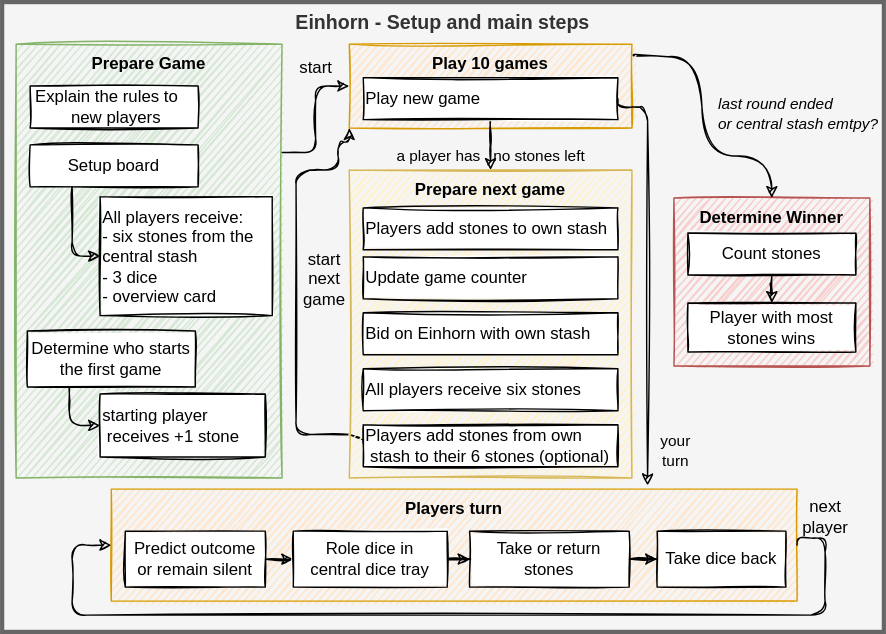
Earlier version of the draw.io export make/games/wuerfeln.drawio.svg (sonj4ev4/FullByte.github.io). Source tidied: cells renumbered, new cells last; positions are measured from the earlier drawing's top-left corner, leaving out a move shared by most shapes.
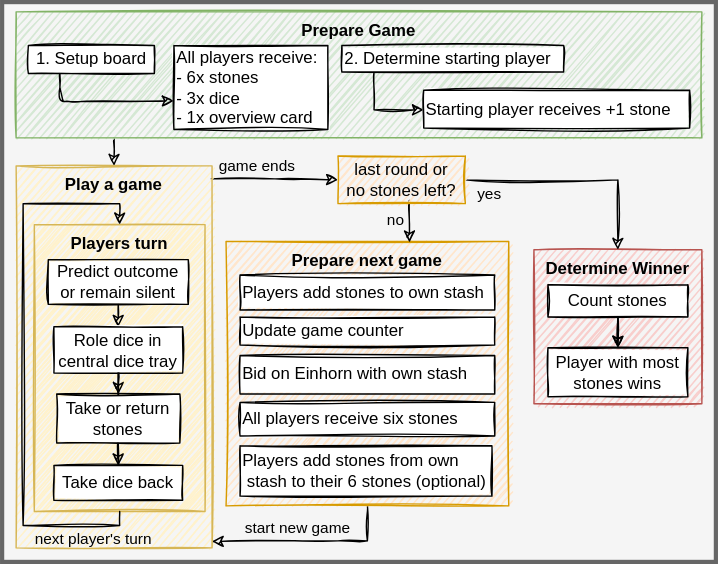
Later version of the same file.

Change to the diagram source:
```diff
@@ -2,152 +2,155 @@
   <root>
     <mxCell id="0" />
     <mxCell id="1" parent="0" />
-    <mxCell id="2" value="Einhorn - Setup and main steps" style="rounded=0;whiteSpace=wrap;html=1;sketch=0;fontSize=14;align=center;verticalAlign=top;strokeWidth=3;fontStyle=1;fontFamily=Helvetica;fillColor=#f5f5f5;strokeColor=#666666;fontColor=#333333;" parent="1" vertex="1">
-      <mxGeometry width="630" height="450" as="geometry" />
+    <mxCell id="2" style="rounded=0;whiteSpace=wrap;html=1;sketch=0;fontSize=14;align=center;verticalAlign=top;strokeWidth=3;fontStyle=1;fontFamily=Helvetica;fillColor=#f5f5f5;strokeColor=#666666;fontColor=#333333;" parent="1" vertex="1">
+      <mxGeometry x="30" y="30" width="510" height="400" as="geometry" />
     </mxCell>
+    <mxCell id="39" style="edgeStyle=orthogonalEdgeStyle;rounded=0;sketch=1;jettySize=auto;html=1;exitX=0.5;exitY=1;exitDx=0;exitDy=0;entryX=0.999;entryY=0.983;entryDx=0;entryDy=0;entryPerimeter=0;" parent="1" edge="1" source="32" target="6">
+      <mxGeometry relative="1" as="geometry">
+        <Array as="points">
+          <mxPoint x="291" y="415" />
+          <mxPoint x="270" y="415" />
+        </Array>
+      </mxGeometry>
+    </mxCell>
+    <mxCell id="40" value="start new game" style="edgeLabel;html=1;align=center;verticalAlign=middle;labelBackgroundColor=none;" parent="39" vertex="1">
+      <mxGeometry x="-0.02" y="2" relative="1" as="geometry">
+        <mxPoint x="-8" y="-11" as="offset" />
+      </mxGeometry>
+    </mxCell>
     <mxCell id="3" value="Determine Winner" style="whiteSpace=wrap;html=1;verticalAlign=top;fontStyle=1;fillColor=#f8cecc;strokeColor=#b85450;sketch=1;fontSize=12;" parent="1" vertex="1">
-      <mxGeometry x="480" y="140" width="140" height="120" as="geometry" />
+      <mxGeometry x="410" y="207" width="120" height="110" as="geometry" />
     </mxCell>
-    <mxCell id="4" style="edgeStyle=orthogonalEdgeStyle;jettySize=auto;html=1;entryX=0.5;entryY=0;entryDx=0;entryDy=0;sketch=1;curved=1;fontSize=12;exitX=1.005;exitY=0.126;exitDx=0;exitDy=0;exitPerimeter=0;" parent="1" edge="1" source="6" target="3">
-      <mxGeometry relative="1" as="geometry">
-        <Array as="points">
-          <mxPoint x="500" y="39" />
-          <mxPoint x="500" y="110" />
-          <mxPoint x="550" y="110" />
-        </Array>
-      </mxGeometry>
-    </mxCell>
-    <mxCell id="5" value="last round ended&lt;br&gt;or central stash emtpy?" style="edgeLabel;html=1;align=left;verticalAlign=middle;labelBackgroundColor=none;fontStyle=2;" parent="4" vertex="1">
-      <mxGeometry x="0.86" y="2" relative="1" as="geometry">
-        <mxPoint x="-42" y="-46" as="offset" />
-      </mxGeometry>
-    </mxCell>
+    <mxCell id="41" style="edgeStyle=orthogonalEdgeStyle;rounded=0;sketch=1;jettySize=auto;html=1;entryX=0;entryY=0.5;entryDx=0;entryDy=0;exitX=0.996;exitY=0.034;exitDx=0;exitDy=0;exitPerimeter=0;" parent="1" edge="1" source="6" target="50">
+      <mxGeometry relative="1" as="geometry" />
+    </mxCell>
+    <mxCell id="42" value="&lt;span&gt;game ends&lt;br&gt;&lt;/span&gt;" style="edgeLabel;html=1;align=center;verticalAlign=middle;labelBackgroundColor=none;" parent="41" vertex="1">
+      <mxGeometry x="0.54" y="-3" relative="1" as="geometry">
+        <mxPoint x="-37" y="-13" as="offset" />
+      </mxGeometry>
+    </mxCell>
-    <mxCell id="6" value="Play 10 games" style="whiteSpace=wrap;html=1;verticalAlign=top;fontStyle=1;fillColor=#ffe6cc;strokeColor=#d79b00;sketch=1;fontSize=12;" parent="1" vertex="1">
-      <mxGeometry x="248" y="30" width="202" height="60" as="geometry" />
+    <mxCell id="6" value="Play a game" style="whiteSpace=wrap;html=1;verticalAlign=top;fontStyle=1;strokeColor=#d6b656;sketch=1;fontSize=12;fillColor=#fff2cc;" parent="1" vertex="1">
+      <mxGeometry x="40" y="147" width="140" height="273" as="geometry" />
     </mxCell>
-    <mxCell id="7" value="start" style="edgeStyle=orthogonalEdgeStyle;rounded=1;sketch=1;jettySize=auto;html=1;entryX=0;entryY=0.5;entryDx=0;entryDy=0;exitX=1;exitY=0.25;exitDx=0;exitDy=0;fontSize=12;labelBackgroundColor=none;" parent="1" edge="1" source="8" target="6">
-      <mxGeometry x="0.47" y="15" relative="1" as="geometry">
-        <mxPoint x="15" y="-15" as="offset" />
-      </mxGeometry>
-    </mxCell>
+    <mxCell id="43" style="edgeStyle=orthogonalEdgeStyle;rounded=0;sketch=1;orthogonalLoop=1;jettySize=auto;html=1;" parent="1" edge="1">
+      <mxGeometry relative="1" as="geometry">
+        <mxPoint x="110" y="127" as="sourcePoint" />
+        <mxPoint x="110" y="147" as="targetPoint" />
+      </mxGeometry>
+    </mxCell>
     <mxCell id="8" value="Prepare Game" style="whiteSpace=wrap;html=1;verticalAlign=top;fontStyle=1;fillColor=#d5e8d4;strokeColor=#82b366;sketch=1;fontSize=12;" parent="1" vertex="1">
-      <mxGeometry x="10" y="30" width="190" height="310" as="geometry" />
+      <mxGeometry x="40" y="37" width="490" height="90" as="geometry" />
     </mxCell>
-    <mxCell id="9" style="edgeStyle=orthogonalEdgeStyle;rounded=1;jettySize=auto;html=1;exitX=1;exitY=0.5;exitDx=0;exitDy=0;sketch=1;entryX=0.782;entryY=-0.033;entryDx=0;entryDy=0;entryPerimeter=0;fontSize=12;labelBackgroundColor=none;" parent="1" edge="1" source="12" target="22">
-      <mxGeometry relative="1" as="geometry">
-        <Array as="points">
-          <mxPoint x="461" y="75" />
-        </Array>
-      </mxGeometry>
-    </mxCell>
-    <mxCell id="10" value="your &lt;br&gt;turn" style="edgeLabel;html=1;align=center;verticalAlign=middle;labelBackgroundColor=none;" parent="9" vertex="1">
-      <mxGeometry x="0.5" y="5" relative="1" as="geometry">
-        <mxPoint x="14" y="51" as="offset" />
-      </mxGeometry>
-    </mxCell>
-    <mxCell id="11" value="a player has&amp;nbsp; &amp;nbsp;no stones left" style="edgeStyle=orthogonalEdgeStyle;rounded=0;jettySize=auto;html=1;sketch=1;labelBackgroundColor=none;entryX=0.5;entryY=0;entryDx=0;entryDy=0;" parent="1" edge="1" source="12" target="32">
-      <mxGeometry x="0.55" relative="1" as="geometry" />
-    </mxCell>
-    <mxCell id="12" value="&amp;nbsp;Play new game" style="whiteSpace=wrap;html=1;align=left;sketch=1;fontSize=12;" parent="1" vertex="1">
-      <mxGeometry x="258" y="54" width="182" height="30" as="geometry" />
-    </mxCell>
     <mxCell id="13" value="Player with most stones wins" style="whiteSpace=wrap;html=1;sketch=1;fontSize=12;" parent="1" vertex="1">
-      <mxGeometry x="490" y="215" width="120" height="35" as="geometry" />
+      <mxGeometry x="420" y="277" width="100" height="35" as="geometry" />
     </mxCell>
-    <mxCell id="14" style="edgeStyle=orthogonalEdgeStyle;rounded=1;jettySize=auto;html=1;entryX=0;entryY=0.5;entryDx=0;entryDy=0;exitX=0.25;exitY=1;exitDx=0;exitDy=0;fontSize=12;sketch=1;" parent="1" edge="1" source="15" target="16">
+    <mxCell id="14" style="edgeStyle=orthogonalEdgeStyle;rounded=0;sketch=1;jettySize=auto;html=1;entryX=0;entryY=0.5;entryDx=0;entryDy=0;exitX=0.145;exitY=1.011;exitDx=0;exitDy=0;exitPerimeter=0;" parent="1" edge="1" source="15" target="16">
       <mxGeometry relative="1" as="geometry">
         <Array as="points">
-          <mxPoint x="48" y="303" />
+          <mxPoint x="296" y="107" />
+          <mxPoint x="331" y="107" />
         </Array>
       </mxGeometry>
     </mxCell>
-    <mxCell id="15" value="Determine who starts the first game" style="whiteSpace=wrap;html=1;sketch=1;fontSize=12;align=center;" parent="1" vertex="1">
-      <mxGeometry x="18" y="235" width="120" height="40" as="geometry" />
+    <mxCell id="15" value="&amp;nbsp;2. Determine starting player" style="whiteSpace=wrap;html=1;sketch=1;fontSize=12;align=left;" parent="1" vertex="1">
+      <mxGeometry x="272.8" y="61" width="158.5" height="19" as="geometry" />
     </mxCell>
-    <mxCell id="16" value="&amp;nbsp;starting player&amp;nbsp; &amp;nbsp;receives&amp;nbsp;+1&amp;nbsp;stone" style="whiteSpace=wrap;html=1;align=left;sketch=1;fontSize=12;" parent="1" vertex="1">
-      <mxGeometry x="70" y="280" width="118" height="45" as="geometry" />
+    <mxCell id="16" value="&amp;nbsp;Starting player receives&amp;nbsp;+1&amp;nbsp;stone" style="whiteSpace=wrap;html=1;align=left;sketch=1;fontSize=12;" parent="1" vertex="1">
+      <mxGeometry x="331.2" y="93" width="190" height="27" as="geometry" />
     </mxCell>
-    <mxCell id="17" value="&amp;nbsp;All players receive:&lt;br style=&quot;font-size: 12px&quot;&gt;&amp;nbsp; - six stones from the central stash&lt;br style=&quot;font-size: 12px&quot;&gt;&amp;nbsp; - 3 dice&lt;br&gt;&amp;nbsp; -&amp;nbsp;overview card" style="whiteSpace=wrap;html=1;align=left;sketch=1;fontSize=12;glass=0;" parent="1" vertex="1">
-      <mxGeometry x="70" y="139" width="123" height="85" as="geometry" />
+    <mxCell id="17" value="&amp;nbsp;All players receive:&lt;br style=&quot;font-size: 12px&quot;&gt;&amp;nbsp; - 6x stones&lt;br style=&quot;font-size: 12px&quot;&gt;&amp;nbsp; - 3x dice&lt;br&gt;&amp;nbsp; - 1x overview card" style="whiteSpace=wrap;html=1;align=left;sketch=1;fontSize=12;glass=0;" parent="1" vertex="1">
+      <mxGeometry x="152.8" y="61" width="110" height="60" as="geometry" />
     </mxCell>
-    <mxCell id="18" style="edgeStyle=orthogonalEdgeStyle;jettySize=auto;html=1;sketch=1;curved=1;fontSize=12;" parent="1" edge="1" source="19" target="13">
-      <mxGeometry relative="1" as="geometry" />
-    </mxCell>
+    <mxCell id="44" style="edgeStyle=orthogonalEdgeStyle;rounded=0;sketch=1;jettySize=auto;html=1;" parent="1" edge="1" source="19" target="13">
+      <mxGeometry relative="1" as="geometry" />
+    </mxCell>
+    <mxCell id="45" style="edgeStyle=orthogonalEdgeStyle;rounded=0;sketch=1;jettySize=auto;html=1;" parent="1" edge="1" source="19" target="13">
+      <mxGeometry relative="1" as="geometry" />
+    </mxCell>
     <mxCell id="19" value="Count stones" style="whiteSpace=wrap;html=1;sketch=1;fontSize=12;" parent="1" vertex="1">
-      <mxGeometry x="490" y="165" width="120" height="30" as="geometry" />
+      <mxGeometry x="420" y="232" width="100" height="23" as="geometry" />
     </mxCell>
-    <mxCell id="20" style="edgeStyle=orthogonalEdgeStyle;rounded=1;jettySize=auto;html=1;entryX=0;entryY=0.5;entryDx=0;entryDy=0;exitX=0.25;exitY=1;exitDx=0;exitDy=0;fontSize=12;sketch=1;" parent="1" edge="1" source="21" target="17">
-      <mxGeometry relative="1" as="geometry" />
+    <mxCell id="20" style="edgeStyle=orthogonalEdgeStyle;rounded=1;jettySize=auto;html=1;entryX=-0.001;entryY=0.66;entryDx=0;entryDy=0;exitX=0.25;exitY=1;exitDx=0;exitDy=0;fontSize=12;sketch=1;entryPerimeter=0;" parent="1" edge="1" source="21" target="17">
+      <mxGeometry relative="1" as="geometry">
+        <Array as="points">
+          <mxPoint x="71" y="101" />
+          <mxPoint x="77" y="101" />
+        </Array>
+      </mxGeometry>
     </mxCell>
-    <mxCell id="21" value="&amp;nbsp;Setup board" style="whiteSpace=wrap;html=1;align=center;verticalAlign=middle;sketch=1;fontSize=12;" parent="1" vertex="1">
-      <mxGeometry x="20" y="102" width="120" height="30" as="geometry" />
+    <mxCell id="21" value="&amp;nbsp;1. Setup board" style="whiteSpace=wrap;html=1;align=center;verticalAlign=middle;sketch=1;fontSize=12;" parent="1" vertex="1">
+      <mxGeometry x="48.8" y="61" width="90" height="20" as="geometry" />
     </mxCell>
-    <mxCell id="22" value="Players turn" style="whiteSpace=wrap;html=1;verticalAlign=top;fontStyle=1;fillColor=#ffe6cc;strokeColor=#d79b00;sketch=1;fontSize=12;" parent="1" vertex="1">
-      <mxGeometry x="78" y="348" width="490" height="80" as="geometry" />
+    <mxCell id="22" value="Players turn" style="whiteSpace=wrap;html=1;verticalAlign=top;fontStyle=1;fillColor=#fff2cc;strokeColor=#d6b656;sketch=1;fontSize=12;" parent="1" vertex="1">
+      <mxGeometry x="53" y="189" width="122" height="205" as="geometry" />
     </mxCell>
-    <mxCell id="23" style="edgeStyle=orthogonalEdgeStyle;rounded=0;sketch=1;jettySize=auto;html=1;entryX=0;entryY=0.5;entryDx=0;entryDy=0;" parent="1" edge="1" source="24" target="26">
+    <mxCell id="23" style="edgeStyle=orthogonalEdgeStyle;rounded=0;sketch=1;jettySize=auto;html=1;entryX=0.5;entryY=0;entryDx=0;entryDy=0;exitX=0.5;exitY=1;exitDx=0;exitDy=0;" parent="1" edge="1" source="24" target="26">
       <mxGeometry relative="1" as="geometry" />
     </mxCell>
     <mxCell id="24" value="Predict outcome &lt;br&gt;or remain silent" style="whiteSpace=wrap;html=1;align=center;sketch=1;fontSize=12;" parent="1" vertex="1">
-      <mxGeometry x="88" y="378" width="100" height="40" as="geometry" />
+      <mxGeometry x="63" y="214" width="100" height="32" as="geometry" />
     </mxCell>
-    <mxCell id="25" style="edgeStyle=orthogonalEdgeStyle;rounded=0;sketch=1;jettySize=auto;html=1;entryX=0;entryY=0.5;entryDx=0;entryDy=0;" parent="1" edge="1" source="26" target="28">
+    <mxCell id="25" style="edgeStyle=orthogonalEdgeStyle;rounded=0;jettySize=auto;html=1;entryX=0.5;entryY=0;entryDx=0;entryDy=0;sketch=1;" parent="1" edge="1" source="26" target="28">
       <mxGeometry relative="1" as="geometry" />
     </mxCell>
     <mxCell id="26" value="Role dice in &lt;br&gt;central dice tray" style="whiteSpace=wrap;html=1;align=center;sketch=1;fontSize=12;" parent="1" vertex="1">
-      <mxGeometry x="208" y="378" width="110" height="40" as="geometry" />
+      <mxGeometry x="67" y="262" width="92" height="33" as="geometry" />
     </mxCell>
-    <mxCell id="27" style="edgeStyle=orthogonalEdgeStyle;rounded=0;sketch=1;jettySize=auto;html=1;entryX=0;entryY=0.5;entryDx=0;entryDy=0;" parent="1" edge="1" source="28" target="29">
+    <mxCell id="27" style="edgeStyle=orthogonalEdgeStyle;rounded=0;jettySize=auto;html=1;sketch=1;" parent="1" edge="1" source="28" target="29">
       <mxGeometry relative="1" as="geometry" />
     </mxCell>
     <mxCell id="28" value="Take or return stones" style="whiteSpace=wrap;html=1;align=center;sketch=1;fontSize=12;" parent="1" vertex="1">
-      <mxGeometry x="334" y="378" width="114" height="40" as="geometry" />
+      <mxGeometry x="69" y="310" width="88" height="35" as="geometry" />
     </mxCell>
     <mxCell id="29" value="Take dice back" style="whiteSpace=wrap;html=1;align=center;sketch=1;fontSize=12;" parent="1" vertex="1">
-      <mxGeometry x="468" y="378" width="92" height="40" as="geometry" />
+      <mxGeometry x="67" y="361" width="92" height="25" as="geometry" />
     </mxCell>
-    <mxCell id="30" value="&amp;nbsp;Explain the rules to&amp;nbsp; &amp;nbsp; &amp;nbsp;new players" style="whiteSpace=wrap;html=1;align=center;verticalAlign=middle;sketch=1;fontSize=12;" parent="1" vertex="1">
-      <mxGeometry x="20" y="60" width="120" height="30" as="geometry" />
-    </mxCell>
-    <mxCell id="31" value="start&lt;br&gt;next&lt;br&gt;game" style="edgeStyle=orthogonalEdgeStyle;rounded=1;jettySize=auto;html=1;entryX=0;entryY=1;entryDx=0;entryDy=0;exitX=0;exitY=0.5;exitDx=0;exitDy=0;sketch=1;fontSize=12;labelBackgroundColor=none;" parent="1" edge="1" source="35" target="6">
-      <mxGeometry x="0.06" y="-20" relative="1" as="geometry">
-        <Array as="points">
-          <mxPoint x="210" y="309" />
-          <mxPoint x="210" y="120" />
-          <mxPoint x="240" y="120" />
-          <mxPoint x="240" y="100" />
-        </Array>
-      </mxGeometry>
-    </mxCell>
-    <mxCell id="32" value="Prepare next game" style="whiteSpace=wrap;html=1;verticalAlign=top;fontStyle=1;fillColor=#fff2cc;strokeColor=#d6b656;sketch=1;fontSize=12;" parent="1" vertex="1">
-      <mxGeometry x="248" y="120" width="202" height="220" as="geometry" />
+    <mxCell id="32" value="Prepare next game" style="whiteSpace=wrap;html=1;verticalAlign=top;fontStyle=1;fillColor=#ffe6cc;strokeColor=#d79b00;sketch=1;fontSize=12;" parent="1" vertex="1">
+      <mxGeometry x="190" y="201" width="202" height="189" as="geometry" />
     </mxCell>
     <mxCell id="33" value="&amp;nbsp;Bid on Einhorn with own stash" style="whiteSpace=wrap;html=1;align=left;sketch=1;fontSize=12;" parent="1" vertex="1">
-      <mxGeometry x="258" y="222" width="182" height="30" as="geometry" />
+      <mxGeometry x="200" y="282.5" width="182" height="27.5" as="geometry" />
     </mxCell>
     <mxCell id="34" value="&amp;nbsp;All players receive six stones" style="whiteSpace=wrap;html=1;align=left;sketch=1;fontSize=12;" parent="1" vertex="1">
-      <mxGeometry x="258" y="262" width="182" height="30" as="geometry" />
+      <mxGeometry x="200" y="316" width="182" height="24" as="geometry" />
     </mxCell>
     <mxCell id="35" value="&amp;nbsp;Players add stones from own&amp;nbsp; &amp;nbsp;stash to their 6 stones (optional)" style="whiteSpace=wrap;html=1;align=left;sketch=1;fontSize=12;" parent="1" vertex="1">
-      <mxGeometry x="258" y="302" width="182" height="30" as="geometry" />
+      <mxGeometry x="200" y="347" width="180" height="36" as="geometry" />
     </mxCell>
     <mxCell id="36" value="&amp;nbsp;Update game counter" style="whiteSpace=wrap;html=1;align=left;sketch=1;fontSize=12;" parent="1" vertex="1">
-      <mxGeometry x="258" y="182" width="182" height="30" as="geometry" />
+      <mxGeometry x="200" y="255" width="182" height="20" as="geometry" />
     </mxCell>
     <mxCell id="37" value="&amp;nbsp;Players add stones to own stash" style="whiteSpace=wrap;html=1;align=left;sketch=1;fontSize=12;" parent="1" vertex="1">
-      <mxGeometry x="258" y="147" width="182" height="30" as="geometry" />
+      <mxGeometry x="200" y="225" width="182" height="25" as="geometry" />
     </mxCell>
-    <mxCell id="38" value="next &lt;br&gt;player" style="edgeStyle=orthogonalEdgeStyle;rounded=1;orthogonalLoop=1;jettySize=auto;html=1;entryX=0;entryY=0.5;entryDx=0;entryDy=0;exitX=1;exitY=0.5;exitDx=0;exitDy=0;sketch=1;fontSize=12;labelBackgroundColor=none;" parent="1" edge="1" source="22" target="22">
-      <mxGeometry x="-0.93" y="-15" relative="1" as="geometry">
+    <mxCell id="38" style="edgeStyle=orthogonalEdgeStyle;rounded=0;orthogonalLoop=1;jettySize=auto;html=1;entryX=0.5;entryY=0;entryDx=0;entryDy=0;exitX=0.5;exitY=1;exitDx=0;exitDy=0;sketch=1;" parent="1" edge="1" source="22" target="22">
+      <mxGeometry relative="1" as="geometry">
         <Array as="points">
-          <mxPoint x="568" y="383" />
-          <mxPoint x="588" y="383" />
-          <mxPoint x="588" y="438" />
-          <mxPoint x="50" y="438" />
-          <mxPoint x="50" y="388" />
+          <mxPoint x="114" y="404" />
+          <mxPoint x="45" y="404" />
+          <mxPoint x="45" y="174" />
+          <mxPoint x="114" y="174" />
         </Array>
-        <mxPoint x="15" y="-15" as="offset" />
       </mxGeometry>
     </mxCell>
+    <mxCell id="46" value="next player's turn" style="edgeLabel;html=1;align=center;verticalAlign=middle;labelBackgroundColor=none;" parent="38" vertex="1">
+      <mxGeometry x="0.1" y="-5" relative="1" as="geometry">
+        <mxPoint x="45" y="148" as="offset" />
+      </mxGeometry>
+    </mxCell>
+    <mxCell id="47" style="edgeStyle=orthogonalEdgeStyle;rounded=0;sketch=1;jettySize=auto;html=1;entryX=0.5;entryY=0;entryDx=0;entryDy=0;" parent="1" edge="1" source="50" target="3">
+      <mxGeometry relative="1" as="geometry" />
+    </mxCell>
+    <mxCell id="48" value="yes" style="edgeLabel;html=1;align=center;verticalAlign=middle;labelBackgroundColor=none;" parent="47" vertex="1">
+      <mxGeometry x="-0.03" y="-3" relative="1" as="geometry">
+        <mxPoint x="-60" y="7" as="offset" />
+      </mxGeometry>
+    </mxCell>
+    <mxCell id="49" value="no" style="edgeStyle=orthogonalEdgeStyle;rounded=0;sketch=1;jettySize=auto;html=1;entryX=0.649;entryY=0.004;entryDx=0;entryDy=0;entryPerimeter=0;labelBackgroundColor=none;exitX=0.56;exitY=0.935;exitDx=0;exitDy=0;exitPerimeter=0;" parent="1" edge="1" source="50" target="32">
+      <mxGeometry x="-0.03" y="-10" relative="1" as="geometry" />
+    </mxCell>
+    <mxCell id="50" value="last round or&lt;br&gt;no stones left?" style="rounded=0;whiteSpace=wrap;html=1;labelBackgroundColor=none;fillColor=#ffe6cc;strokeColor=#d79b00;sketch=1;" parent="1" vertex="1">
+      <mxGeometry x="270" y="140" width="91" height="34" as="geometry" />
+    </mxCell>
   </root>
 </mxGraphModel>
```
